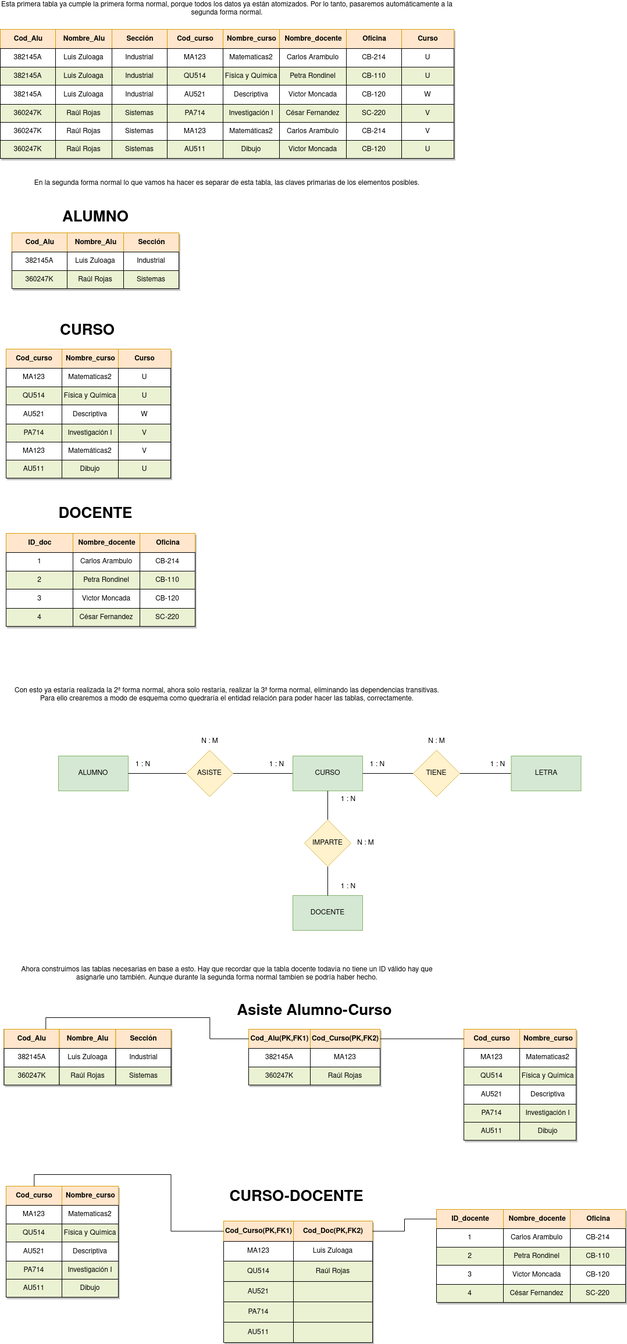
Earlier version of the draw.io export Unidad-2/Normalización/Tarea-2/images/TareaNormalización2.png (IsaiasTolP/Base-Datos). Source tidied: cells renumbered, new cells last; positions are measured from the earlier drawing's top-left corner, leaving out a move shared by most shapes.
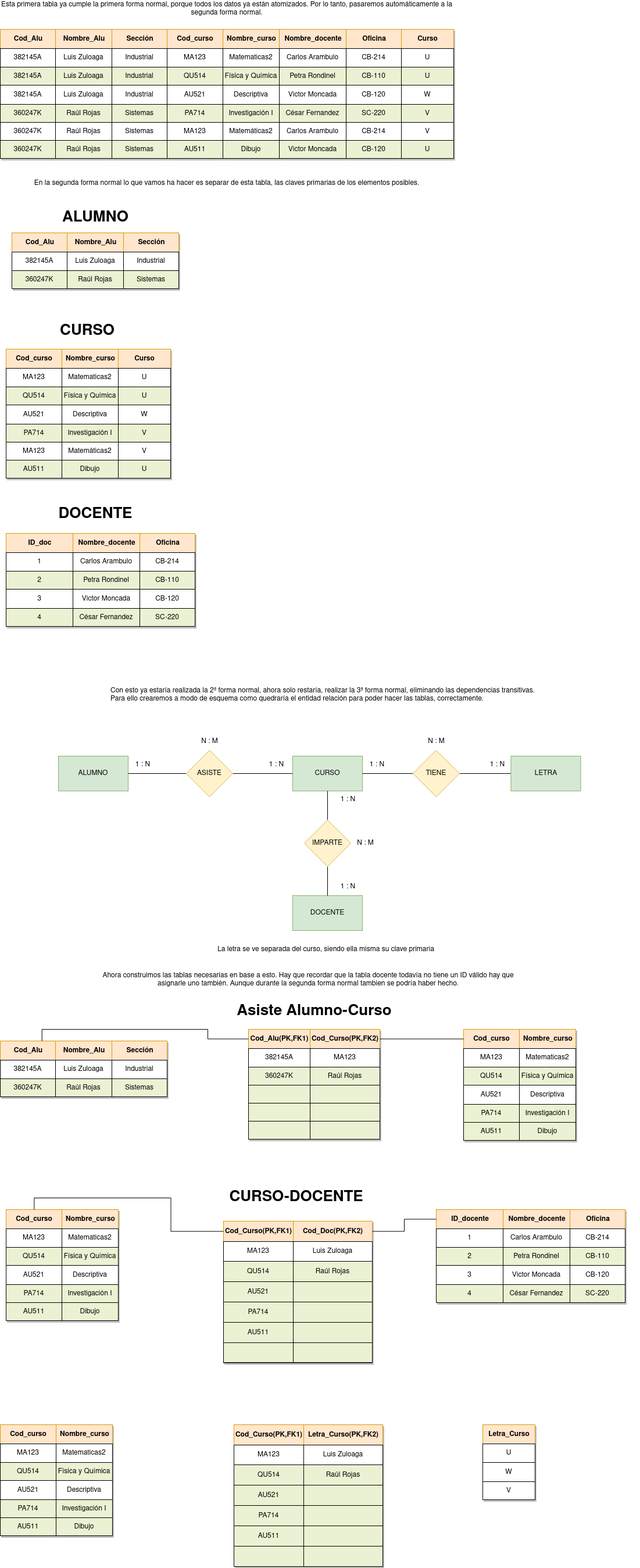
After the commit.

What changed in the source:
```diff
@@ -332,8 +332,8 @@
     <mxCell id="111" value="U" style="strokeColor=inherit;fillColor=inherit;whiteSpace=wrap;html=1;" parent="108" vertex="1">
       <mxGeometry x="193" width="90" height="31" as="geometry" />
     </mxCell>
-    <mxCell id="112" value="&lt;div&gt;Con esto ya estaría realizada la 2ª forma normal, ahora solo restaría, realizar la 3ª forma normal, eliminando las dependencias transitivas.&lt;/div&gt;&lt;div&gt;Para ello crearemos a modo de esquema como quedraría el entidad relación para poder hacer las tablas, correctamente.&lt;br&gt;&lt;/div&gt;" style="text;html=1;strokeColor=none;fillColor=none;align=center;verticalAlign=middle;whiteSpace=wrap;rounded=0;" parent="1" vertex="1">
-      <mxGeometry x="10" y="1180" width="760" height="30" as="geometry" />
+    <mxCell id="112" value="&lt;div align=&quot;justify&quot;&gt;Con esto ya estaría realizada la 2ª forma normal, ahora solo restaría, realizar la 3ª forma normal, eliminando las dependencias transitivas.&lt;/div&gt;&lt;div align=&quot;justify&quot;&gt;Para ello crearemos a modo de esquema como quedraría el entidad relación para poder hacer las tablas, correctamente.&lt;br&gt;&lt;/div&gt;" style="text;html=1;strokeColor=none;fillColor=none;align=center;verticalAlign=middle;whiteSpace=wrap;rounded=0;" parent="1" vertex="1">
+      <mxGeometry x="10" y="1180" width="1090" height="30" as="geometry" />
     </mxCell>
     <mxCell id="113" value="Assets" style="shadow=1;" parent="1" vertex="1">
       <mxGeometry x="10" y="917" width="325" height="160" as="geometry" />
@@ -447,10 +447,10 @@
       <mxGeometry x="335" y="1260" width="50" height="30" as="geometry" />
     </mxCell>
     <mxCell id="150" value="Ahora construimos las tablas necesarias en base a esto. Hay que recordar que la tabla docente todavía no tiene un ID válido hay que asignarle uno también. Aunque durante la segunda forma normal tambien se podría haber hecho." style="text;html=1;strokeColor=none;fillColor=none;align=center;verticalAlign=middle;whiteSpace=wrap;rounded=0;" parent="1" vertex="1">
-      <mxGeometry x="10" y="1660" width="760" height="30" as="geometry" />
+      <mxGeometry x="150" y="1670" width="760" height="30" as="geometry" />
     </mxCell>
     <mxCell id="151" value="Assets" style="shadow=1;" parent="1" vertex="1">
-      <mxGeometry x="6.5" y="1770" width="287" height="96" as="geometry" />
+      <mxGeometry y="1790" width="287" height="96" as="geometry" />
     </mxCell>
     <mxCell id="152" style="shape=tableRow;horizontal=0;startSize=0;swimlaneHead=0;swimlaneBody=0;top=0;left=0;bottom=0;right=0;fontStyle=0;strokeColor=inherit;fillColor=#ffffff;" parent="151" vertex="1">
       <mxGeometry width="287" height="33" as="geometry" />
@@ -546,7 +546,7 @@
       <mxGeometry x="96" width="97" height="31" as="geometry" />
     </mxCell>
     <mxCell id="183" value="Assets" style="shadow=1;" parent="1" vertex="1">
-      <mxGeometry x="427" y="1770" width="226" height="96" as="geometry" />
+      <mxGeometry x="427" y="1770" width="226" height="189" as="geometry" />
     </mxCell>
     <mxCell id="184" style="shape=tableRow;horizontal=0;startSize=0;swimlaneHead=0;swimlaneBody=0;top=0;left=0;bottom=0;right=0;fontStyle=0;strokeColor=inherit;fillColor=#ffffff;" parent="183" vertex="1">
       <mxGeometry width="226" height="33" as="geometry" />
@@ -575,6 +575,33 @@
     <mxCell id="192" value="Raúl Rojas" style="strokeColor=inherit;fillColor=inherit;whiteSpace=wrap;html=1;" parent="190" vertex="1">
       <mxGeometry x="106" width="120" height="31" as="geometry" />
     </mxCell>
+    <mxCell id="265" style="shape=tableRow;horizontal=0;startSize=0;swimlaneHead=0;swimlaneBody=0;top=0;left=0;bottom=0;right=0;fontStyle=1;strokeColor=inherit;fillColor=#EAF2D3;" parent="183" vertex="1">
+      <mxGeometry y="96" width="226" height="31" as="geometry" />
+    </mxCell>
+    <mxCell id="266" style="strokeColor=inherit;fillColor=inherit;whiteSpace=wrap;html=1;" parent="265" vertex="1">
+      <mxGeometry width="106" height="31" as="geometry" />
+    </mxCell>
+    <mxCell id="267" style="strokeColor=inherit;fillColor=inherit;whiteSpace=wrap;html=1;" parent="265" vertex="1">
+      <mxGeometry x="106" width="120" height="31" as="geometry" />
+    </mxCell>
+    <mxCell id="268" style="shape=tableRow;horizontal=0;startSize=0;swimlaneHead=0;swimlaneBody=0;top=0;left=0;bottom=0;right=0;fontStyle=1;strokeColor=inherit;fillColor=#EAF2D3;" parent="183" vertex="1">
+      <mxGeometry y="127" width="226" height="31" as="geometry" />
+    </mxCell>
+    <mxCell id="269" style="strokeColor=inherit;fillColor=inherit;whiteSpace=wrap;html=1;" parent="268" vertex="1">
+      <mxGeometry width="106" height="31" as="geometry" />
+    </mxCell>
+    <mxCell id="270" style="strokeColor=inherit;fillColor=inherit;whiteSpace=wrap;html=1;" parent="268" vertex="1">
+      <mxGeometry x="106" width="120" height="31" as="geometry" />
+    </mxCell>
+    <mxCell id="271" style="shape=tableRow;horizontal=0;startSize=0;swimlaneHead=0;swimlaneBody=0;top=0;left=0;bottom=0;right=0;fontStyle=1;strokeColor=inherit;fillColor=#EAF2D3;" parent="183" vertex="1">
+      <mxGeometry y="158" width="226" height="31" as="geometry" />
+    </mxCell>
+    <mxCell id="272" style="strokeColor=inherit;fillColor=inherit;whiteSpace=wrap;html=1;" parent="271" vertex="1">
+      <mxGeometry width="106" height="31" as="geometry" />
+    </mxCell>
+    <mxCell id="273" style="strokeColor=inherit;fillColor=inherit;whiteSpace=wrap;html=1;" parent="271" vertex="1">
+      <mxGeometry x="106" width="120" height="31" as="geometry" />
+    </mxCell>
     <mxCell id="193" style="edgeStyle=orthogonalEdgeStyle;rounded=0;jettySize=auto;html=1;endArrow=none;endFill=0;" parent="1" edge="1" source="194" target="196">
       <mxGeometry relative="1" as="geometry" />
     </mxCell>
@@ -606,7 +633,7 @@
       <mxGeometry relative="1" as="geometry" />
     </mxCell>
     <mxCell id="203" value="Assets" style="shadow=1;" parent="1" vertex="1">
-      <mxGeometry x="10" y="2040" width="193" height="191" as="geometry" />
+      <mxGeometry x="10" y="2080" width="193" height="191" as="geometry" />
     </mxCell>
     <mxCell id="204" style="shape=tableRow;horizontal=0;startSize=0;swimlaneHead=0;swimlaneBody=0;top=0;left=0;bottom=0;right=0;fontStyle=0;strokeColor=inherit;fillColor=#ffffff;" parent="203" vertex="1">
       <mxGeometry width="193" height="33" as="geometry" />
@@ -663,7 +690,7 @@
       <mxGeometry x="96" width="97" height="31" as="geometry" />
     </mxCell>
     <mxCell id="222" value="Assets" style="shadow=1;" parent="1" vertex="1">
-      <mxGeometry x="384" y="2100" width="256" height="208.5" as="geometry" />
+      <mxGeometry x="384" y="2100" width="256" height="243.5" as="geometry" />
     </mxCell>
     <mxCell id="223" style="shape=tableRow;horizontal=0;startSize=0;swimlaneHead=0;swimlaneBody=0;top=0;left=0;bottom=0;right=0;fontStyle=0;strokeColor=inherit;fillColor=#ffffff;" parent="222" vertex="1">
       <mxGeometry width="256" height="35" as="geometry" />
@@ -719,6 +746,15 @@
     <mxCell id="240" style="strokeColor=inherit;fillColor=inherit;whiteSpace=wrap;html=1;" parent="238" vertex="1">
       <mxGeometry x="120" width="136" height="35" as="geometry" />
     </mxCell>
+    <mxCell id="274" style="shape=tableRow;horizontal=0;startSize=0;swimlaneHead=0;swimlaneBody=0;top=0;left=0;bottom=0;right=0;fontStyle=1;strokeColor=inherit;fillColor=#EAF2D3;" parent="222" vertex="1">
+      <mxGeometry y="209" width="256" height="34" as="geometry" />
+    </mxCell>
+    <mxCell id="275" style="strokeColor=inherit;fillColor=inherit;whiteSpace=wrap;html=1;" parent="274" vertex="1">
+      <mxGeometry width="120" height="34" as="geometry" />
+    </mxCell>
+    <mxCell id="276" style="strokeColor=inherit;fillColor=inherit;whiteSpace=wrap;html=1;" parent="274" vertex="1">
+      <mxGeometry x="120" width="136" height="34" as="geometry" />
+    </mxCell>
     <mxCell id="241" value="&lt;b style=&quot;font-size: 26px;&quot;&gt;CURSO-DOCENTE&lt;br&gt;&lt;/b&gt;" style="text;html=1;align=center;verticalAlign=middle;strokeColor=none;fillColor=none;" parent="1" vertex="1">
       <mxGeometry x="384" y="2040" width="250" height="40" as="geometry" />
     </mxCell>
@@ -791,5 +827,158 @@
     <mxCell id="264" style="edgeStyle=orthogonalEdgeStyle;rounded=0;jettySize=auto;html=1;exitX=0;exitY=0.5;exitDx=0;exitDy=0;entryX=1;entryY=0.5;entryDx=0;entryDy=0;endArrow=none;endFill=0;" parent="1" edge="1" source="244" target="223">
       <mxGeometry relative="1" as="geometry" />
     </mxCell>
+    <mxCell id="277" value="La letra se ve separada del curso, siendo ella misma su clave primaria" style="text;html=1;align=center;verticalAlign=middle;strokeColor=none;fillColor=none;" parent="1" vertex="1">
+      <mxGeometry x="360" y="1618" width="400" height="30" as="geometry" />
+    </mxCell>
+    <mxCell id="278" value="Assets" style="shadow=1;" parent="1" vertex="1">
+      <mxGeometry x="830" y="2450" width="90" height="129" as="geometry" />
+    </mxCell>
+    <mxCell id="279" style="shape=tableRow;horizontal=0;startSize=0;swimlaneHead=0;swimlaneBody=0;top=0;left=0;bottom=0;right=0;fontStyle=0;strokeColor=inherit;fillColor=#ffffff;" parent="278" vertex="1">
+      <mxGeometry width="90" height="33" as="geometry" />
+    </mxCell>
+    <mxCell id="280" value="Letra_Curso" style="strokeColor=#d79b00;fillColor=#ffe6cc;align=center;fontStyle=1;html=1;" parent="279" vertex="1">
+      <mxGeometry width="90" height="33" as="geometry" />
+    </mxCell>
+    <mxCell id="281" style="shape=tableRow;horizontal=0;startSize=0;swimlaneHead=0;swimlaneBody=0;top=0;left=0;bottom=0;right=0;fontStyle=0;strokeColor=inherit;fillColor=#ffffff;" parent="278" vertex="1">
+      <mxGeometry y="33" width="90" height="32" as="geometry" />
+    </mxCell>
+    <mxCell id="282" value="U" style="strokeColor=inherit;fillColor=inherit;align=center;whiteSpace=wrap;html=1;" parent="281" vertex="1">
+      <mxGeometry width="90" height="32" as="geometry" />
+    </mxCell>
+    <mxCell id="283" style="shape=tableRow;horizontal=0;startSize=0;swimlaneHead=0;swimlaneBody=0;top=0;left=0;bottom=0;right=0;fontStyle=0;strokeColor=inherit;fillColor=#ffffff;" parent="278" vertex="1">
+      <mxGeometry y="65" width="90" height="33" as="geometry" />
+    </mxCell>
+    <mxCell id="284" value="W" style="strokeColor=inherit;fillColor=inherit;fontStyle=0;align=center;whiteSpace=wrap;html=1;" parent="283" vertex="1">
+      <mxGeometry width="90" height="33" as="geometry" />
+    </mxCell>
+    <mxCell id="285" style="shape=tableRow;horizontal=0;startSize=0;swimlaneHead=0;swimlaneBody=0;top=0;left=0;bottom=0;right=0;fontStyle=1;strokeColor=inherit;fillColor=#EAF2D3;" parent="278" vertex="1">
+      <mxGeometry y="98" width="90" height="31" as="geometry" />
+    </mxCell>
+    <mxCell id="286" value="V" style="whiteSpace=wrap;html=1;" parent="285" vertex="1">
+      <mxGeometry width="90" height="31" as="geometry" />
+    </mxCell>
+    <mxCell id="287" value="Assets" style="shadow=1;" parent="1" vertex="1">
+      <mxGeometry y="2450" width="193" height="191" as="geometry" />
+    </mxCell>
+    <mxCell id="288" style="shape=tableRow;horizontal=0;startSize=0;swimlaneHead=0;swimlaneBody=0;top=0;left=0;bottom=0;right=0;fontStyle=0;strokeColor=inherit;fillColor=#ffffff;" parent="287" vertex="1">
+      <mxGeometry width="193" height="33" as="geometry" />
+    </mxCell>
+    <mxCell id="289" value="Cod_curso" style="strokeColor=#d79b00;fillColor=#ffe6cc;align=center;fontStyle=1;html=1;" parent="288" vertex="1">
+      <mxGeometry width="96" height="33" as="geometry" />
+    </mxCell>
+    <mxCell id="290" value="Nombre_curso" style="strokeColor=#d79b00;fillColor=#ffe6cc;align=center;fontStyle=1;html=1;" parent="288" vertex="1">
+      <mxGeometry x="96" width="97" height="33" as="geometry" />
+    </mxCell>
+    <mxCell id="291" style="shape=tableRow;horizontal=0;startSize=0;swimlaneHead=0;swimlaneBody=0;top=0;left=0;bottom=0;right=0;fontStyle=0;strokeColor=inherit;fillColor=#ffffff;" parent="287" vertex="1">
+      <mxGeometry y="33" width="193" height="32" as="geometry" />
+    </mxCell>
+    <mxCell id="292" value="MA123" style="strokeColor=inherit;fillColor=inherit;align=center;whiteSpace=wrap;html=1;" parent="291" vertex="1">
+      <mxGeometry width="96" height="32" as="geometry" />
+    </mxCell>
+    <mxCell id="293" value="Matematicas2" style="strokeColor=inherit;fillColor=inherit;align=center;whiteSpace=wrap;html=1;" parent="291" vertex="1">
+      <mxGeometry x="96" width="97" height="32" as="geometry" />
+    </mxCell>
+    <mxCell id="294" style="shape=tableRow;horizontal=0;startSize=0;swimlaneHead=0;swimlaneBody=0;top=0;left=0;bottom=0;right=0;fontStyle=1;strokeColor=inherit;fillColor=#EAF2D3;" parent="287" vertex="1">
+      <mxGeometry y="65" width="193" height="31" as="geometry" />
+    </mxCell>
+    <mxCell id="295" value="QU514" style="strokeColor=inherit;fillColor=inherit;whiteSpace=wrap;html=1;" parent="294" vertex="1">
+      <mxGeometry width="96" height="31" as="geometry" />
+    </mxCell>
+    <mxCell id="296" value="Física y Química" style="strokeColor=inherit;fillColor=inherit;whiteSpace=wrap;html=1;" parent="294" vertex="1">
+      <mxGeometry x="96" width="97" height="31" as="geometry" />
+    </mxCell>
+    <mxCell id="297" style="shape=tableRow;horizontal=0;startSize=0;swimlaneHead=0;swimlaneBody=0;top=0;left=0;bottom=0;right=0;fontStyle=0;strokeColor=inherit;fillColor=#ffffff;" parent="287" vertex="1">
+      <mxGeometry y="96" width="193" height="33" as="geometry" />
+    </mxCell>
+    <mxCell id="298" value="AU521" style="strokeColor=inherit;fillColor=inherit;fontStyle=0;align=center;whiteSpace=wrap;html=1;" parent="297" vertex="1">
+      <mxGeometry width="96" height="33" as="geometry" />
+    </mxCell>
+    <mxCell id="299" value="Descriptiva" style="strokeColor=inherit;fillColor=inherit;fontStyle=0;align=center;whiteSpace=wrap;html=1;" parent="297" vertex="1">
+      <mxGeometry x="96" width="97" height="33" as="geometry" />
+    </mxCell>
+    <mxCell id="300" style="shape=tableRow;horizontal=0;startSize=0;swimlaneHead=0;swimlaneBody=0;top=0;left=0;bottom=0;right=0;fontStyle=1;strokeColor=inherit;fillColor=#EAF2D3;" parent="287" vertex="1">
+      <mxGeometry y="129" width="193" height="31" as="geometry" />
+    </mxCell>
+    <mxCell id="301" value="PA714" style="strokeColor=inherit;fillColor=inherit;whiteSpace=wrap;html=1;" parent="300" vertex="1">
+      <mxGeometry width="96" height="31" as="geometry" />
+    </mxCell>
+    <mxCell id="302" value="Investigación I" style="strokeColor=inherit;fillColor=inherit;whiteSpace=wrap;html=1;" parent="300" vertex="1">
+      <mxGeometry x="96" width="97" height="31" as="geometry" />
+    </mxCell>
+    <mxCell id="303" style="shape=tableRow;horizontal=0;startSize=0;swimlaneHead=0;swimlaneBody=0;top=0;left=0;bottom=0;right=0;fontStyle=1;strokeColor=inherit;fillColor=#EAF2D3;" parent="287" vertex="1">
+      <mxGeometry y="160" width="193" height="31" as="geometry" />
+    </mxCell>
+    <mxCell id="304" value="AU511" style="strokeColor=inherit;fillColor=inherit;whiteSpace=wrap;html=1;" parent="303" vertex="1">
+      <mxGeometry width="96" height="31" as="geometry" />
+    </mxCell>
+    <mxCell id="305" value="Dibujo" style="strokeColor=inherit;fillColor=inherit;whiteSpace=wrap;html=1;" parent="303" vertex="1">
+      <mxGeometry x="96" width="97" height="31" as="geometry" />
+    </mxCell>
+    <mxCell id="306" value="Assets" style="shadow=1;" parent="1" vertex="1">
+      <mxGeometry x="402" y="2450" width="256" height="243.5" as="geometry" />
+    </mxCell>
+    <mxCell id="307" style="shape=tableRow;horizontal=0;startSize=0;swimlaneHead=0;swimlaneBody=0;top=0;left=0;bottom=0;right=0;fontStyle=0;strokeColor=inherit;fillColor=#ffffff;" parent="306" vertex="1">
+      <mxGeometry width="256" height="35" as="geometry" />
+    </mxCell>
+    <mxCell id="308" value="Cod_Curso(PK,FK1)" style="strokeColor=#d79b00;fillColor=#ffe6cc;align=center;fontStyle=1;html=1;" parent="307" vertex="1">
+      <mxGeometry width="120" height="35" as="geometry" />
+    </mxCell>
+    <mxCell id="309" value="Letra_Curso(PK,FK2)" style="strokeColor=#d79b00;fillColor=#ffe6cc;align=center;fontStyle=1;html=1;" parent="307" vertex="1">
+      <mxGeometry x="120" width="136" height="35" as="geometry" />
+    </mxCell>
+    <mxCell id="310" style="shape=tableRow;horizontal=0;startSize=0;swimlaneHead=0;swimlaneBody=0;top=0;left=0;bottom=0;right=0;fontStyle=0;strokeColor=inherit;fillColor=#ffffff;" parent="306" vertex="1">
+      <mxGeometry y="35" width="256" height="34" as="geometry" />
+    </mxCell>
+    <mxCell id="311" value="MA123" style="strokeColor=inherit;fillColor=inherit;align=center;whiteSpace=wrap;html=1;" parent="310" vertex="1">
+      <mxGeometry width="120" height="34" as="geometry" />
+    </mxCell>
+    <mxCell id="312" value="Luis Zuloaga" style="strokeColor=inherit;fillColor=inherit;align=center;whiteSpace=wrap;html=1;" parent="310" vertex="1">
+      <mxGeometry x="120" width="136" height="34" as="geometry" />
+    </mxCell>
+    <mxCell id="313" style="shape=tableRow;horizontal=0;startSize=0;swimlaneHead=0;swimlaneBody=0;top=0;left=0;bottom=0;right=0;fontStyle=1;strokeColor=inherit;fillColor=#EAF2D3;" parent="306" vertex="1">
+      <mxGeometry y="69" width="256" height="35" as="geometry" />
+    </mxCell>
+    <mxCell id="314" value="QU514" style="strokeColor=inherit;fillColor=inherit;whiteSpace=wrap;html=1;" parent="313" vertex="1">
+      <mxGeometry width="120" height="35" as="geometry" />
+    </mxCell>
+    <mxCell id="315" value="Raúl Rojas" style="strokeColor=inherit;fillColor=inherit;whiteSpace=wrap;html=1;" parent="313" vertex="1">
+      <mxGeometry x="120" width="136" height="35" as="geometry" />
+    </mxCell>
+    <mxCell id="316" style="shape=tableRow;horizontal=0;startSize=0;swimlaneHead=0;swimlaneBody=0;top=0;left=0;bottom=0;right=0;fontStyle=1;strokeColor=inherit;fillColor=#EAF2D3;" parent="306" vertex="1">
+      <mxGeometry y="104" width="256" height="35" as="geometry" />
+    </mxCell>
+    <mxCell id="317" value="AU521" style="strokeColor=inherit;fillColor=inherit;whiteSpace=wrap;html=1;" parent="316" vertex="1">
+      <mxGeometry width="120" height="35" as="geometry" />
+    </mxCell>
+    <mxCell id="318" style="strokeColor=inherit;fillColor=inherit;whiteSpace=wrap;html=1;" parent="316" vertex="1">
+      <mxGeometry x="120" width="136" height="35" as="geometry" />
+    </mxCell>
+    <mxCell id="319" style="shape=tableRow;horizontal=0;startSize=0;swimlaneHead=0;swimlaneBody=0;top=0;left=0;bottom=0;right=0;fontStyle=1;strokeColor=inherit;fillColor=#EAF2D3;" parent="306" vertex="1">
+      <mxGeometry y="139" width="256" height="35" as="geometry" />
+    </mxCell>
+    <mxCell id="320" value="PA714" style="strokeColor=inherit;fillColor=inherit;whiteSpace=wrap;html=1;" parent="319" vertex="1">
+      <mxGeometry width="120" height="35" as="geometry" />
+    </mxCell>
+    <mxCell id="321" style="strokeColor=inherit;fillColor=inherit;whiteSpace=wrap;html=1;" parent="319" vertex="1">
+      <mxGeometry x="120" width="136" height="35" as="geometry" />
+    </mxCell>
+    <mxCell id="322" style="shape=tableRow;horizontal=0;startSize=0;swimlaneHead=0;swimlaneBody=0;top=0;left=0;bottom=0;right=0;fontStyle=1;strokeColor=inherit;fillColor=#EAF2D3;" parent="306" vertex="1">
+      <mxGeometry y="174" width="256" height="35" as="geometry" />
+    </mxCell>
+    <mxCell id="323" value="AU511" style="strokeColor=inherit;fillColor=inherit;whiteSpace=wrap;html=1;" parent="322" vertex="1">
+      <mxGeometry width="120" height="35" as="geometry" />
+    </mxCell>
+    <mxCell id="324" style="strokeColor=inherit;fillColor=inherit;whiteSpace=wrap;html=1;" parent="322" vertex="1">
+      <mxGeometry x="120" width="136" height="35" as="geometry" />
+    </mxCell>
+    <mxCell id="325" style="shape=tableRow;horizontal=0;startSize=0;swimlaneHead=0;swimlaneBody=0;top=0;left=0;bottom=0;right=0;fontStyle=1;strokeColor=inherit;fillColor=#EAF2D3;" parent="306" vertex="1">
+      <mxGeometry y="209" width="256" height="35" as="geometry" />
+    </mxCell>
+    <mxCell id="326" style="strokeColor=inherit;fillColor=inherit;whiteSpace=wrap;html=1;" parent="325" vertex="1">
+      <mxGeometry width="120" height="35" as="geometry" />
+    </mxCell>
+    <mxCell id="327" style="strokeColor=inherit;fillColor=inherit;whiteSpace=wrap;html=1;" parent="325" vertex="1">
+      <mxGeometry x="120" width="136" height="35" as="geometry" />
+    </mxCell>
   </root>
 </mxGraphModel>
```
